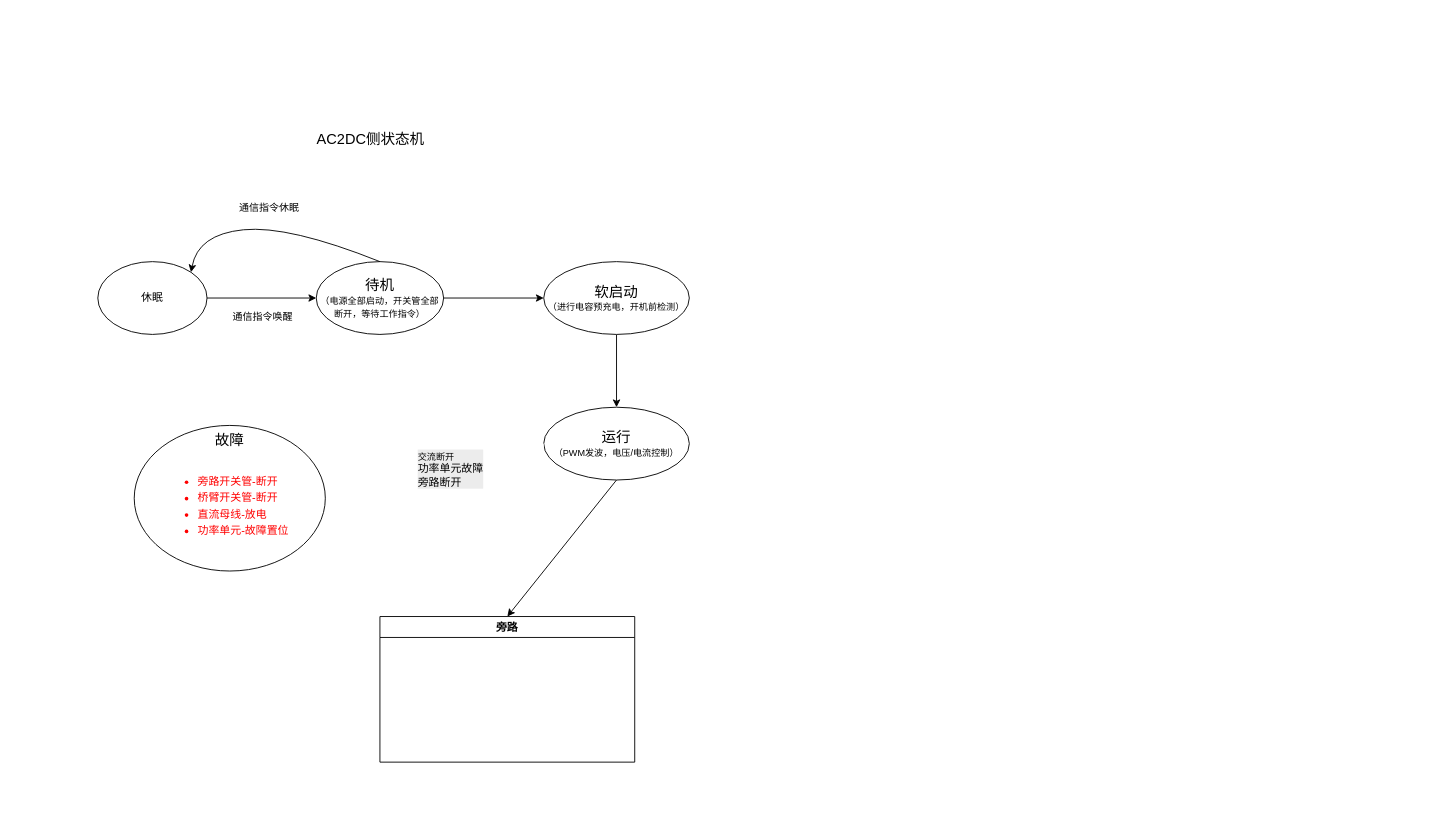
This is page "状态机" (11 of 11) of SST系统软件架构.drawio from gscaszhou/Graph, a draw.io file, before an edit. Source tidied: cells renumbered, new cells numbered last; positions are measured from the earlier drawing's top-left corner, leaving out a move shared by most shapes. Both pictures are drawn from the tidied source at 91%, with x=0, y=0 at pixel (97, 125).
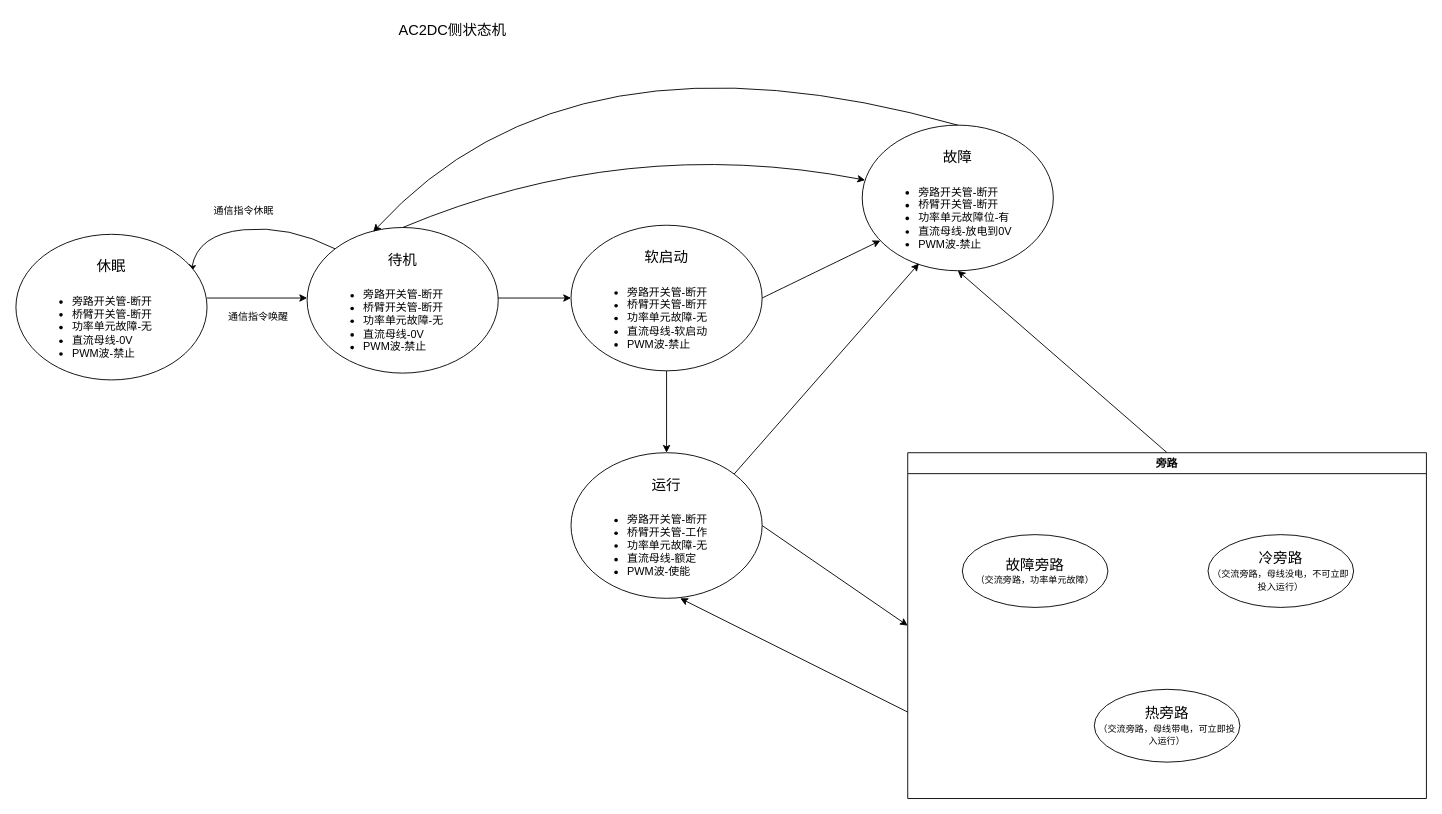
Above is the later version.

Commit message:
更新SST系统软件架构.drawio

Diff of the diagram source:
```diff
@@
-    <mxCell id="2" style="edgeStyle=none;rounded=0;jettySize=auto;html=1;" parent="1" edge="1" source="4" target="6">
-      <mxGeometry relative="1" as="geometry" />
+    <mxCell id="2" style="edgeStyle=none;rounded=0;orthogonalLoop=1;jettySize=auto;html=1;" parent="1" edge="1">
+      <mxGeometry relative="1" as="geometry">
+        <mxPoint x="120" y="190" as="sourcePoint" />
+        <mxPoint x="230" y="190" as="targetPoint" />
+      </mxGeometry>
     </mxCell>
@@
-    <mxCell id="4" value="休眠" style="ellipse;whiteSpace=wrap;html=1;shapeInside=1;" parent="1" vertex="1">
-      <mxGeometry y="150" width="120" height="80" as="geometry" />
-    </mxCell>
-    <mxCell id="5" style="edgeStyle=none;rounded=0;jettySize=auto;html=1;" parent="1" edge="1" source="6" target="10">
-      <mxGeometry relative="1" as="geometry" />
+    <mxCell id="5" style="edgeStyle=none;rounded=0;jettySize=auto;html=1;entryX=0;entryY=0.5;entryDx=0;entryDy=0;" parent="1" edge="1" target="29">
+      <mxGeometry relative="1" as="geometry">
+        <mxPoint x="380" y="190" as="sourcePoint" />
+      </mxGeometry>
     </mxCell>
-    <mxCell id="6" value="&lt;font style=&quot;font-size: 16px;&quot;&gt;待机&lt;/font&gt;&lt;br&gt;&lt;font style=&quot;font-size: 10px;&quot;&gt;（电源全部启动，开关管全部断开，等待工作指令）&lt;/font&gt;" style="ellipse;whiteSpace=wrap;html=1;shapeInside=1;" parent="1" vertex="1">
-      <mxGeometry x="240" y="150" width="140" height="80" as="geometry" />
-    </mxCell>
-    <mxCell id="7" style="curved=1;endArrow=classic;html=1;rounded=0;exitX=0.5;exitY=0;exitDx=0;exitDy=0;entryX=1;entryY=0;entryDx=0;entryDy=0;" parent="1" edge="1" source="6" target="4">
+    <mxCell id="7" style="curved=1;endArrow=classic;html=1;rounded=0;exitX=0;exitY=0;exitDx=0;exitDy=0;entryX=1;entryY=0;entryDx=0;entryDy=0;" parent="1" edge="1" source="26">
       <mxGeometry relative="1" as="geometry">
+        <mxPoint x="102.4" y="161.7" as="targetPoint" />
         <Array as="points">
           <mxPoint x="210" y="110" />
           <mxPoint x="110" y="120" />
         </Array>
       </mxGeometry>
     </mxCell>
@@
-    <mxCell id="9" style="edgeStyle=none;rounded=0;jettySize=auto;html=1;" parent="1" edge="1" source="10" target="13">
-      <mxGeometry relative="1" as="geometry" />
-    </mxCell>
-    <mxCell id="10" value="&lt;span style=&quot;font-size: 16px;&quot;&gt;软启动&lt;/span&gt;&lt;br&gt;&lt;font style=&quot;font-size: 10px;&quot;&gt;（进行电容预充电，开机前检测）&lt;/font&gt;" style="ellipse;whiteSpace=wrap;html=1;shapeInside=1;" parent="1" vertex="1">
-      <mxGeometry x="490" y="150" width="160" height="80" as="geometry" />
-    </mxCell>
     <mxCell id="11" value="&lt;font style=&quot;font-size: 16px;&quot;&gt;AC2DC侧状态机&lt;/font&gt;" style="text;html=1;whiteSpace=wrap;strokeColor=none;fillColor=none;align=center;verticalAlign=middle;rounded=0;" parent="1" vertex="1">
-      <mxGeometry x="230" width="140" height="30" as="geometry" />
+      <mxGeometry x="320" y="-120" width="140" height="30" as="geometry" />
     </mxCell>
-    <mxCell id="12" style="edgeStyle=none;rounded=0;jettySize=auto;html=1;exitX=0.5;exitY=1;exitDx=0;exitDy=0;entryX=0.5;entryY=0;entryDx=0;entryDy=0;" parent="1" edge="1" source="13" target="15">
-      <mxGeometry relative="1" as="geometry" />
-    </mxCell>
-    <mxCell id="13" value="&lt;span style=&quot;font-size: 16px;&quot;&gt;运行&lt;/span&gt;&lt;br&gt;&lt;font style=&quot;font-size: 10px;&quot;&gt;（PWM发波，电压/电流控制）&lt;/font&gt;" style="ellipse;whiteSpace=wrap;html=1;shapeInside=1;" parent="1" vertex="1">
-      <mxGeometry x="490" y="310" width="160" height="80" as="geometry" />
-    </mxCell>
+    <mxCell id="18" style="edgeStyle=none;rounded=0;jettySize=auto;html=1;exitX=0.5;exitY=0;exitDx=0;exitDy=0;entryX=0.5;entryY=1;entryDx=0;entryDy=0;" parent="1" edge="1" source="15" target="14">
+      <mxGeometry relative="1" as="geometry" />
+    </mxCell>
+    <mxCell id="19" style="edgeStyle=none;rounded=0;jettySize=auto;html=1;exitX=0;exitY=0.75;exitDx=0;exitDy=0;" parent="1" edge="1" source="15">
+      <mxGeometry relative="1" as="geometry">
+        <mxPoint x="640" y="520" as="targetPoint" />
+      </mxGeometry>
+    </mxCell>
+    <mxCell id="15" value="旁路" style="swimlane;whiteSpace=wrap;html=1;" parent="1" vertex="1">
+      <mxGeometry x="890" y="360" width="570" height="380" as="geometry" />
+    </mxCell>
+    <mxCell id="20" value="&lt;span style=&quot;font-size: 16px;&quot;&gt;故障旁路&lt;/span&gt;&lt;br&gt;&lt;font style=&quot;font-size: 10px;&quot;&gt;（交流旁路，功率单元故障）&lt;/font&gt;" style="ellipse;whiteSpace=wrap;html=1;shapeInside=1;" parent="15" vertex="1">
+      <mxGeometry x="60" y="90" width="160" height="80" as="geometry" />
+    </mxCell>
+    <mxCell id="21" value="&lt;span style=&quot;font-size: 16px;&quot;&gt;冷旁路&lt;/span&gt;&lt;br&gt;&lt;font style=&quot;font-size: 10px;&quot;&gt;（交流旁路，母线没电，不可立即投入运行）&lt;/font&gt;" style="ellipse;whiteSpace=wrap;html=1;shapeInside=1;" parent="15" vertex="1">
+      <mxGeometry x="330" y="90" width="160" height="80" as="geometry" />
+    </mxCell>
+    <mxCell id="22" value="&lt;span style=&quot;font-size: 16px;&quot;&gt;热旁路&lt;/span&gt;&lt;br&gt;&lt;font style=&quot;font-size: 10px;&quot;&gt;（交流旁路，母线带电，可立即投入运行）&lt;/font&gt;" style="ellipse;whiteSpace=wrap;html=1;shapeInside=1;" parent="15" vertex="1">
+      <mxGeometry x="205" y="260" width="160" height="80" as="geometry" />
+    </mxCell>
+    <mxCell id="23" style="group;" parent="1" vertex="1">
+      <mxGeometry x="-90" y="120" width="210" height="160" as="geometry" />
+    </mxCell>
+    <mxCell id="4" value="&lt;span style=&quot;font-size: 16px;&quot;&gt;&lt;br&gt;休眠&lt;/span&gt;" style="ellipse;whiteSpace=wrap;html=1;shapeInside=1;verticalAlign=top;" parent="23" vertex="1">
+      <mxGeometry width="210" height="160" as="geometry" />
+    </mxCell>
+    <mxCell id="24" value="&lt;ul&gt;&lt;li&gt;&lt;span style=&quot;background-color: transparent;&quot;&gt;旁路开关管-断开&lt;/span&gt;&lt;/li&gt;&lt;li&gt;&lt;span style=&quot;background-color: transparent;&quot;&gt;桥臂开关管-断开&lt;/span&gt;&lt;/li&gt;&lt;li&gt;&lt;span style=&quot;background-color: transparent;&quot;&gt;功率单元故障-无&lt;/span&gt;&lt;/li&gt;&lt;li&gt;&lt;span style=&quot;background-color: transparent;&quot;&gt;直流母线-0V&lt;/span&gt;&lt;/li&gt;&lt;li&gt;&lt;span style=&quot;background-color: transparent;&quot;&gt;PWM波-禁止&lt;/span&gt;&lt;/li&gt;&lt;/ul&gt;" style="text;html=1;whiteSpace=wrap;strokeColor=none;fillColor=none;align=left;verticalAlign=middle;rounded=0;fontSize=12;fontColor=default;spacingTop=2;" parent="23" vertex="1">
+      <mxGeometry x="20" y="50" width="155" height="102.5" as="geometry" />
+    </mxCell>
+    <mxCell id="25" style="group;" parent="1" vertex="1">
+      <mxGeometry x="230" y="112.5" width="210" height="160" as="geometry" />
+    </mxCell>
+    <mxCell id="26" value="&lt;span style=&quot;font-size: 16px;&quot;&gt;&lt;br&gt;待机&lt;/span&gt;" style="ellipse;whiteSpace=wrap;html=1;shapeInside=1;verticalAlign=top;" parent="25" vertex="1">
+      <mxGeometry width="210" height="160" as="geometry" />
+    </mxCell>
+    <mxCell id="27" value="&lt;ul&gt;&lt;li&gt;&lt;span style=&quot;background-color: transparent;&quot;&gt;旁路开关管-断开&lt;/span&gt;&lt;/li&gt;&lt;li&gt;&lt;span style=&quot;background-color: transparent;&quot;&gt;桥臂开关管-断开&lt;/span&gt;&lt;/li&gt;&lt;li&gt;&lt;span style=&quot;background-color: transparent;&quot;&gt;功率单元故障-无&lt;/span&gt;&lt;/li&gt;&lt;li&gt;&lt;span style=&quot;background-color: transparent;&quot;&gt;直流母线-0V&lt;/span&gt;&lt;/li&gt;&lt;li&gt;&lt;span style=&quot;background-color: transparent;&quot;&gt;PWM波-禁止&lt;/span&gt;&lt;/li&gt;&lt;/ul&gt;" style="text;html=1;whiteSpace=wrap;strokeColor=none;fillColor=none;align=left;verticalAlign=middle;rounded=0;fontSize=12;fontColor=default;spacingTop=2;" parent="25" vertex="1">
+      <mxGeometry x="20" y="50" width="155" height="102.5" as="geometry" />
+    </mxCell>
+    <mxCell id="28" style="group;" parent="1" vertex="1">
+      <mxGeometry x="520" y="110" width="210" height="160" as="geometry" />
+    </mxCell>
+    <mxCell id="29" value="&lt;span style=&quot;font-size: 16px;&quot;&gt;&lt;br&gt;软启动&lt;/span&gt;" style="ellipse;whiteSpace=wrap;html=1;shapeInside=1;verticalAlign=top;" parent="28" vertex="1">
+      <mxGeometry width="210" height="160" as="geometry" />
+    </mxCell>
+    <mxCell id="30" value="&lt;ul&gt;&lt;li&gt;&lt;span style=&quot;background-color: transparent;&quot;&gt;旁路开关管-断开&lt;/span&gt;&lt;/li&gt;&lt;li&gt;&lt;span style=&quot;background-color: transparent;&quot;&gt;桥臂开关管-断开&lt;/span&gt;&lt;/li&gt;&lt;li&gt;&lt;span style=&quot;background-color: transparent;&quot;&gt;功率单元故障-无&lt;/span&gt;&lt;/li&gt;&lt;li&gt;&lt;span style=&quot;background-color: transparent;&quot;&gt;直流母线-软启动&lt;/span&gt;&lt;/li&gt;&lt;li&gt;&lt;span style=&quot;background-color: transparent;&quot;&gt;PWM波-禁止&lt;/span&gt;&lt;/li&gt;&lt;/ul&gt;" style="text;html=1;whiteSpace=wrap;strokeColor=none;fillColor=none;align=left;verticalAlign=middle;rounded=0;fontSize=12;fontColor=default;spacingTop=2;" parent="28" vertex="1">
+      <mxGeometry x="20" y="50" width="155" height="102.5" as="geometry" />
+    </mxCell>
+    <mxCell id="31" style="group;" parent="1" vertex="1">
+      <mxGeometry x="520" y="360" width="210" height="160" as="geometry" />
+    </mxCell>
+    <mxCell id="32" value="&lt;span style=&quot;font-size: 16px;&quot;&gt;&lt;br&gt;运行&lt;/span&gt;" style="ellipse;whiteSpace=wrap;html=1;shapeInside=1;verticalAlign=top;" parent="31" vertex="1">
+      <mxGeometry width="210" height="160" as="geometry" />
+    </mxCell>
+    <mxCell id="33" value="&lt;ul&gt;&lt;li&gt;&lt;span style=&quot;background-color: transparent;&quot;&gt;旁路开关管-断开&lt;/span&gt;&lt;/li&gt;&lt;li&gt;&lt;span style=&quot;background-color: transparent;&quot;&gt;桥臂开关管-工作&lt;/span&gt;&lt;/li&gt;&lt;li&gt;&lt;span style=&quot;background-color: transparent;&quot;&gt;功率单元故障-无&lt;/span&gt;&lt;/li&gt;&lt;li&gt;&lt;span style=&quot;background-color: transparent;&quot;&gt;直流母线-额定&lt;/span&gt;&lt;/li&gt;&lt;li&gt;&lt;span style=&quot;background-color: transparent;&quot;&gt;PWM波-使能&lt;/span&gt;&lt;/li&gt;&lt;/ul&gt;" style="text;html=1;whiteSpace=wrap;strokeColor=none;fillColor=none;align=left;verticalAlign=middle;rounded=0;fontSize=12;fontColor=default;spacingTop=2;" parent="31" vertex="1">
+      <mxGeometry x="20" y="50" width="155" height="102.5" as="geometry" />
+    </mxCell>
+    <mxCell id="34" style="edgeStyle=none;rounded=0;jettySize=auto;html=1;exitX=0.5;exitY=1;exitDx=0;exitDy=0;" parent="1" edge="1" source="29" target="32">
+      <mxGeometry relative="1" as="geometry" />
+    </mxCell>
+    <mxCell id="35" style="group;" parent="1" vertex="1">
+      <mxGeometry x="840" width="210" height="160" as="geometry" />
+    </mxCell>
-    <mxCell id="14" value="&lt;span style=&quot;font-size: 16px;&quot;&gt;故障&lt;/span&gt;" style="ellipse;whiteSpace=wrap;html=1;shapeInside=1;verticalAlign=top;" parent="1" vertex="1">
-      <mxGeometry x="40" y="330" width="210" height="160" as="geometry" />
+    <mxCell id="14" value="&lt;span style=&quot;font-size: 16px;&quot;&gt;&lt;br&gt;故障&lt;/span&gt;" style="ellipse;whiteSpace=wrap;html=1;shapeInside=1;verticalAlign=top;" parent="35" vertex="1">
+      <mxGeometry width="210" height="160" as="geometry" />
     </mxCell>
-    <mxCell id="15" value="旁路" style="swimlane;whiteSpace=wrap;html=1;" parent="1" vertex="1" collapsed="1">
-      <mxGeometry x="310" y="540" width="280" height="160" as="geometry" />
-    </mxCell>
-    <mxCell id="16" value="&lt;div style=&quot;forced-color-adjust: none; color: rgb(0, 0, 0); font-family: Helvetica; font-size: 12px; font-style: normal; font-variant-ligatures: normal; font-variant-caps: normal; font-weight: 400; letter-spacing: normal; orphans: 2; text-indent: 0px; text-transform: none; widows: 2; word-spacing: 0px; -webkit-text-stroke-width: 0px; white-space: normal; background-color: rgb(236, 236, 236); text-decoration-thickness: initial; text-decoration-style: initial; text-decoration-color: initial; text-align: left;&quot;&gt;&lt;span style=&quot;background-color: transparent; color: light-dark(rgb(0, 0, 0), rgb(255, 255, 255)); font-size: 10px;&quot;&gt;交流断开&lt;/span&gt;&lt;br&gt;&lt;span style=&quot;background-color: transparent; color: light-dark(rgb(0, 0, 0), rgb(255, 255, 255));&quot;&gt;功率单元故障&lt;/span&gt;&lt;br&gt;&lt;span style=&quot;background-color: transparent; color: light-dark(rgb(0, 0, 0), rgb(255, 255, 255));&quot;&gt;旁路断开&lt;/span&gt;&lt;br&gt;&lt;/div&gt;" style="text;whiteSpace=wrap;html=1;fillColor=default;" parent="1" vertex="1">
-      <mxGeometry x="350" y="350" width="140" height="60" as="geometry" />
-    </mxCell>
-    <mxCell id="17" value="&lt;ul style=&quot;line-height: 150%;&quot;&gt;&lt;li&gt;&lt;span style=&quot;background-color: transparent;&quot;&gt;旁路开关管-断开&lt;/span&gt;&lt;/li&gt;&lt;li&gt;&lt;span style=&quot;background-color: transparent; color: light-dark(rgb(255, 0, 0), rgb(255, 144, 144));&quot;&gt;桥臂开关管-断开&lt;/span&gt;&lt;/li&gt;&lt;li&gt;&lt;span&gt;直流母线-放电&lt;/span&gt;&lt;/li&gt;&lt;li&gt;&lt;span style=&quot;background-color: transparent;&quot;&gt;功率单元-故障置位&lt;/span&gt;&lt;/li&gt;&lt;/ul&gt;" style="text;html=1;whiteSpace=wrap;strokeColor=none;fillColor=none;align=left;verticalAlign=middle;rounded=0;fontSize=12;fontColor=#FF0000;spacingTop=2;" parent="1" vertex="1">
-      <mxGeometry x="67.5" y="365.8" width="155" height="102.5" as="geometry" />
-    </mxCell>
+    <mxCell id="36" value="&lt;ul&gt;&lt;li&gt;&lt;span style=&quot;background-color: transparent;&quot;&gt;旁路开关管-断开&lt;/span&gt;&lt;/li&gt;&lt;li&gt;&lt;span style=&quot;background-color: transparent;&quot;&gt;桥臂开关管-断开&lt;/span&gt;&lt;/li&gt;&lt;li&gt;&lt;span style=&quot;background-color: transparent;&quot;&gt;功率单元故障位-有&lt;/span&gt;&lt;/li&gt;&lt;li&gt;&lt;span style=&quot;background-color: transparent;&quot;&gt;直流母线-放电到0V&lt;/span&gt;&lt;/li&gt;&lt;li&gt;&lt;span style=&quot;background-color: transparent;&quot;&gt;PWM波-禁止&lt;/span&gt;&lt;/li&gt;&lt;/ul&gt;" style="text;html=1;whiteSpace=wrap;strokeColor=none;fillColor=none;align=left;verticalAlign=middle;rounded=0;fontSize=12;fontColor=default;spacingTop=2;" parent="35" vertex="1">
+      <mxGeometry x="20" y="50" width="155" height="102.5" as="geometry" />
+    </mxCell>
+    <mxCell id="37" style="edgeStyle=none;rounded=0;jettySize=auto;html=1;exitX=1;exitY=0.5;exitDx=0;exitDy=0;entryX=0;entryY=0.75;entryDx=0;entryDy=0;strokeColor=default;align=center;verticalAlign=middle;fontFamily=Helvetica;fontSize=11;fontColor=default;labelBackgroundColor=default;endArrow=classic;curved=1;" parent="1" edge="1" source="29" target="36">
+      <mxGeometry relative="1" as="geometry" />
+    </mxCell>
+    <mxCell id="38" style="edgeStyle=none;rounded=0;jettySize=auto;html=1;exitX=0.5;exitY=0;exitDx=0;exitDy=0;curved=1;" parent="1" edge="1" source="26" target="14">
+      <mxGeometry relative="1" as="geometry">
+        <Array as="points">
+          <mxPoint x="580" y="10" />
+        </Array>
+      </mxGeometry>
+    </mxCell>
+    <mxCell id="39" style="edgeStyle=none;rounded=0;jettySize=auto;html=1;exitX=0.5;exitY=0;exitDx=0;exitDy=0;strokeColor=default;align=center;verticalAlign=middle;fontFamily=Helvetica;fontSize=11;fontColor=default;labelBackgroundColor=default;endArrow=classic;curved=1;entryX=0.346;entryY=0.03;entryDx=0;entryDy=0;entryPerimeter=0;" parent="1" edge="1" source="14" target="26">
+      <mxGeometry relative="1" as="geometry">
+        <Array as="points">
+          <mxPoint x="520" y="-120" />
+        </Array>
+      </mxGeometry>
+    </mxCell>
+    <mxCell id="40" style="edgeStyle=none;rounded=0;jettySize=auto;html=1;exitX=1;exitY=0.5;exitDx=0;exitDy=0;entryX=0;entryY=0.5;entryDx=0;entryDy=0;" parent="1" edge="1" source="32" target="15">
+      <mxGeometry relative="1" as="geometry" />
+    </mxCell>
+    <mxCell id="41" style="edgeStyle=none;rounded=0;jettySize=auto;html=1;exitX=1;exitY=0;exitDx=0;exitDy=0;entryX=0.297;entryY=0.95;entryDx=0;entryDy=0;entryPerimeter=0;" parent="1" edge="1" source="32" target="14">
+      <mxGeometry relative="1" as="geometry" />
+    </mxCell>
```
